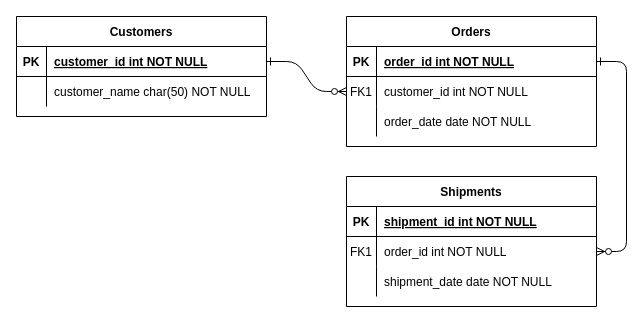
The draw.io diagram Dorraq.drawio in YAMANX8/UML, before the edit. Source tidied: cells renumbered, new cells numbered last; positions are measured from the earlier drawing's top-left corner, leaving out a move shared by most shapes. Both pictures are drawn from the tidied source at 100%, with x=0, y=0 at pixel (16, 16).
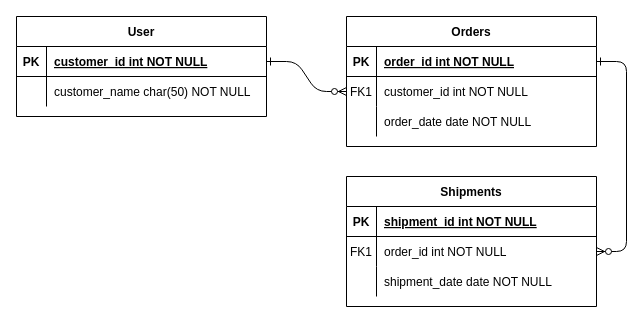
The same diagram, later.

Diff of the diagram source:
```diff
@@
-    <mxCell id="24" value="Customers" style="shape=table;startSize=30;childLayout=tableLayout;rowLines=0;fontStyle=1;align=center;" parent="1" vertex="1">
+    <mxCell id="24" value="User" style="shape=table;startSize=30;childLayout=tableLayout;rowLines=0;fontStyle=1;align=center;" parent="1" vertex="1">
       <mxGeometry width="250" height="100" as="geometry" />
     </mxCell>
```
